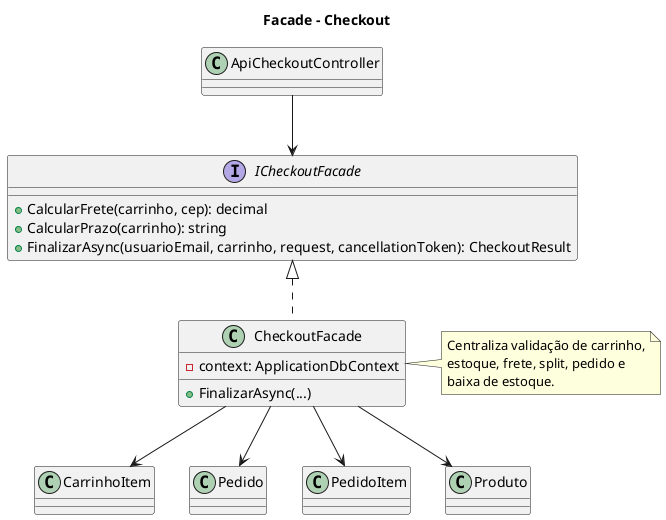
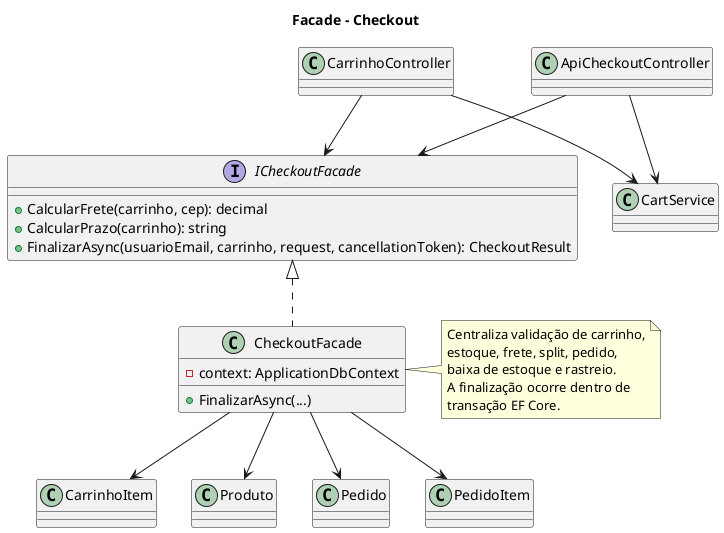
@startuml Facade_Checkout
title Facade - Checkout

interface ICheckoutFacade {
  +CalcularFrete(carrinho, cep): decimal
  +CalcularPrazo(carrinho): string
  +FinalizarAsync(usuarioEmail, carrinho, request, cancellationToken): CheckoutResult
}

class CheckoutFacade {
  -context: ApplicationDbContext
  +FinalizarAsync(...)
}

+ class CarrinhoController
class ApiCheckoutController
+ class CartService
class CarrinhoItem
+ class Produto
class Pedido
class PedidoItem
- class Produto

ICheckoutFacade <|.. CheckoutFacade
+ CarrinhoController --> ICheckoutFacade
ApiCheckoutController --> ICheckoutFacade
+ CarrinhoController --> CartService
+ ApiCheckoutController --> CartService
CheckoutFacade --> CarrinhoItem
CheckoutFacade --> Produto
CheckoutFacade --> Pedido
CheckoutFacade --> PedidoItem

note right of CheckoutFacade
Centraliza validação de carrinho,
- estoque, frete, split, pedido e
- baixa de estoque.
+ estoque, frete, split, pedido,
+ baixa de estoque e rastreio.
+ A finalização ocorre dentro de
+ transação EF Core.
end note

@enduml
